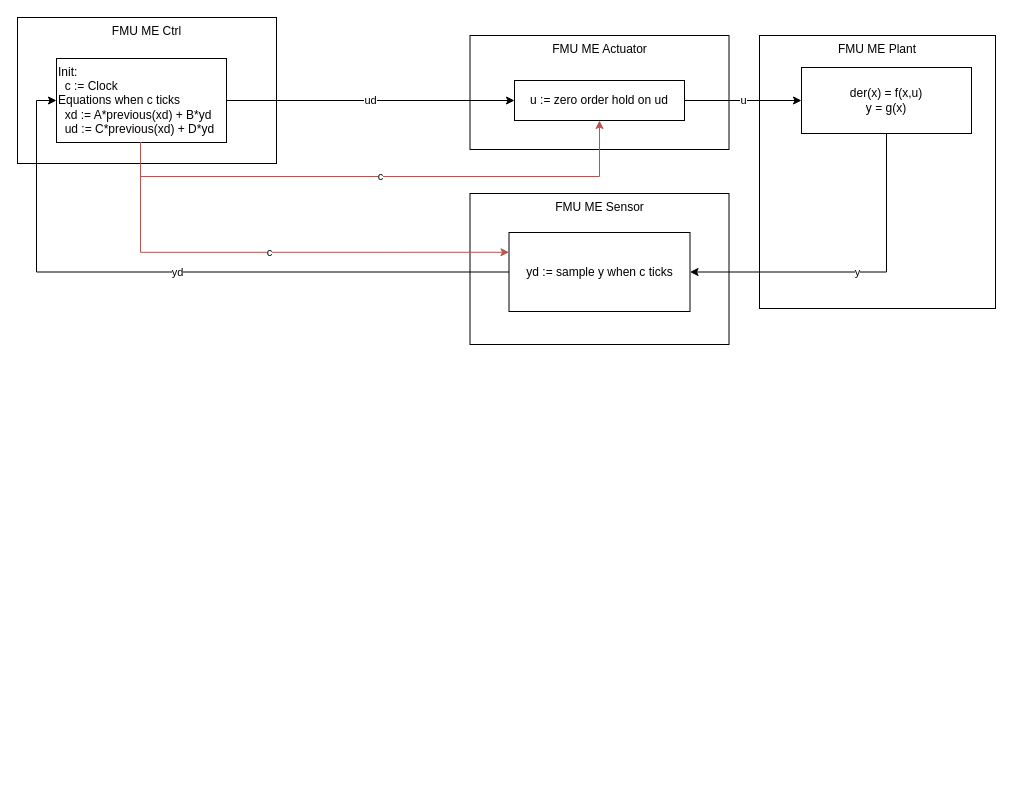
modelica/fmi-standard.org keeps this draw.io diagram as docs/3.0-dev/images/synchronous-clock-scenario-clocked.drawio. Above is the earlier version. Source tidied: cells renumbered, new cells numbered last; positions are measured from the earlier drawing's top-left corner, leaving out a move shared by most shapes. Both pictures are drawn from the tidied source at 100%, with x=0, y=0 at pixel (17, 17).
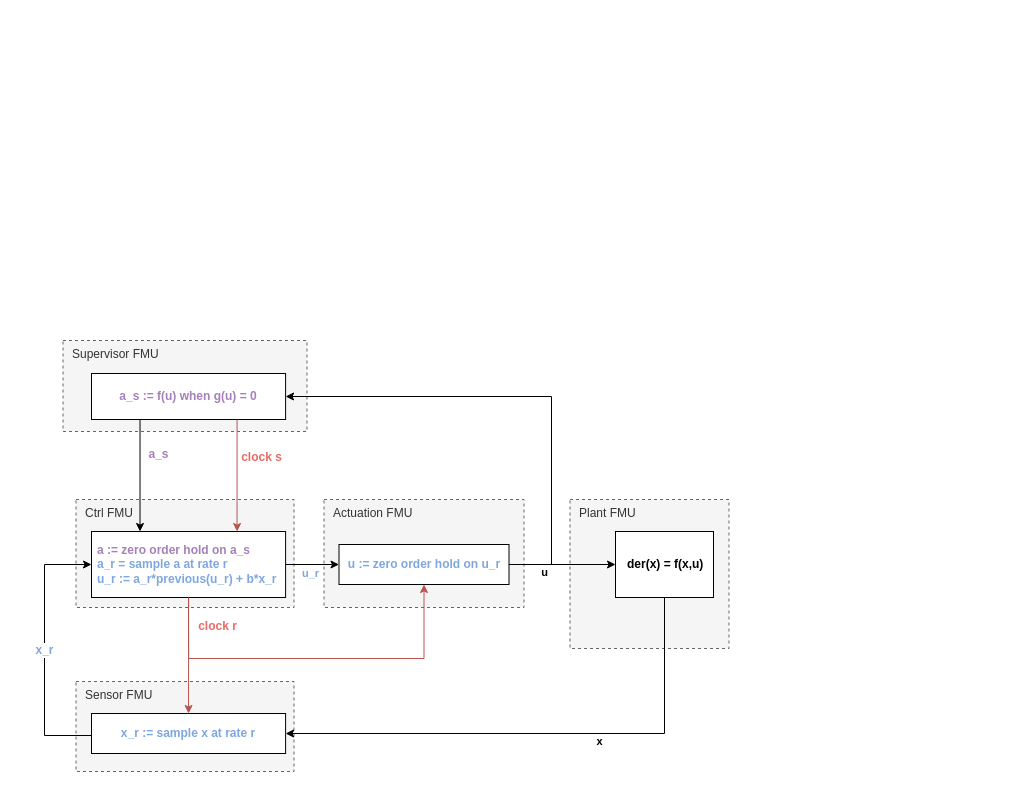
After the change.

Diff of the diagram source:
```diff
@@
-    <mxCell id="2" value="FMU ME Actuator" style="rounded=0;whiteSpace=wrap;html=1;verticalAlign=top;fillColor=none;" parent="1" vertex="1">
-      <mxGeometry x="452.5" y="18" width="259" height="114" as="geometry" />
-    </mxCell>
-    <mxCell id="3" value="FMU ME Sensor" style="rounded=0;whiteSpace=wrap;html=1;verticalAlign=top;fillColor=none;" parent="1" vertex="1">
-      <mxGeometry x="452.5" y="176" width="259" height="151" as="geometry" />
-    </mxCell>
-    <mxCell id="4" value="FMU ME Ctrl" style="rounded=0;whiteSpace=wrap;html=1;verticalAlign=top;fillColor=none;" parent="1" vertex="1">
-      <mxGeometry width="259" height="146" as="geometry" />
-    </mxCell>
-    <mxCell id="5" value="ud" style="edgeStyle=orthogonalEdgeStyle;rounded=0;jettySize=auto;html=1;" parent="1" edge="1" source="6" target="12">
-      <mxGeometry relative="1" as="geometry" />
-    </mxCell>
-    <mxCell id="6" value="&lt;span&gt;Init:&lt;/span&gt;&lt;br&gt;&lt;span&gt;&amp;nbsp; c := Clock&lt;br&gt;&lt;/span&gt;Equations when c ticks&lt;br&gt;&amp;nbsp; xd := A*previous(xd) + B*yd&lt;br&gt;&amp;nbsp; ud := C*previous(xd) + D*yd" style="rounded=0;whiteSpace=wrap;html=1;align=left;" parent="1" vertex="1">
-      <mxGeometry x="39" y="41" width="170" height="84" as="geometry" />
-    </mxCell>
-    <mxCell id="7" value="yd" style="edgeStyle=orthogonalEdgeStyle;rounded=0;jettySize=auto;html=1;entryX=0;entryY=0.5;entryDx=0;entryDy=0;exitX=0;exitY=0.5;exitDx=0;exitDy=0;" parent="1" edge="1" source="10" target="6">
-      <mxGeometry relative="1" as="geometry" />
-    </mxCell>
-    <mxCell id="8" value="c" style="edgeStyle=orthogonalEdgeStyle;rounded=0;jettySize=auto;html=1;entryX=0;entryY=0.25;entryDx=0;entryDy=0;fillColor=#f8cecc;strokeColor=#b85450;" parent="1" edge="1" source="6" target="10">
-      <mxGeometry relative="1" as="geometry">
-        <Array as="points">
-          <mxPoint x="123" y="235" />
-        </Array>
-      </mxGeometry>
-    </mxCell>
-    <mxCell id="9" value="c" style="edgeStyle=orthogonalEdgeStyle;rounded=0;jettySize=auto;html=1;exitX=0.5;exitY=1;exitDx=0;exitDy=0;fillColor=#f8cecc;strokeColor=#b85450;" parent="1" edge="1" source="6" target="12">
-      <mxGeometry relative="1" as="geometry">
-        <Array as="points">
-          <mxPoint x="123" y="159" />
-          <mxPoint x="582" y="159" />
-        </Array>
-      </mxGeometry>
-    </mxCell>
-    <mxCell id="10" value="yd := sample y when c ticks" style="rounded=0;whiteSpace=wrap;html=1;align=center;" parent="1" vertex="1">
-      <mxGeometry x="491.5" y="215" width="181" height="79" as="geometry" />
-    </mxCell>
+    <mxCell id="16" value="Sensor FMU" style="rounded=0;whiteSpace=wrap;html=1;verticalAlign=top;fillColor=#f5f5f5;dashed=1;strokeColor=#666666;fontColor=#333333;align=left;spacingLeft=7;" parent="1" vertex="1">
+      <mxGeometry x="58.5" y="664" width="218" height="90" as="geometry" />
+    </mxCell>
+    <mxCell id="17" value="Plant FMU" style="rounded=0;whiteSpace=wrap;html=1;verticalAlign=top;fillColor=#f5f5f5;dashed=1;strokeColor=#666666;fontColor=#333333;align=left;spacingLeft=7;" parent="1" vertex="1">
+      <mxGeometry x="552.5" y="482" width="159" height="149" as="geometry" />
+    </mxCell>
+    <mxCell id="18" value="Actuation FMU" style="rounded=0;whiteSpace=wrap;html=1;verticalAlign=top;fillColor=#f5f5f5;dashed=1;strokeColor=#666666;fontColor=#333333;align=left;spacingLeft=7;" parent="1" vertex="1">
+      <mxGeometry x="306.5" y="482" width="200" height="108" as="geometry" />
+    </mxCell>
+    <mxCell id="19" value="Ctrl FMU" style="rounded=0;whiteSpace=wrap;html=1;verticalAlign=top;fillColor=#f5f5f5;dashed=1;strokeColor=#666666;fontColor=#333333;align=left;spacingLeft=7;" parent="1" vertex="1">
+      <mxGeometry x="58.5" y="482" width="218" height="108" as="geometry" />
+    </mxCell>
+    <mxCell id="20" value="&lt;font color=&quot;#7ea6e0&quot;&gt;u_r&lt;/font&gt;" style="edgeStyle=orthogonalEdgeStyle;rounded=0;jettySize=auto;html=1;fontStyle=1;" parent="1" edge="1" source="21" target="24">
+      <mxGeometry x="-0.08" y="-9" relative="1" as="geometry" />
+    </mxCell>
+    <mxCell id="21" value="&lt;font color=&quot;#a680b8&quot;&gt;a := zero order hold on a_s&lt;/font&gt;&lt;br&gt;&lt;font color=&quot;#7ea6e0&quot;&gt;a_r = sample a at rate r&lt;br&gt;u_r := a_r*previous(u_r) + b*x_r&lt;/font&gt;" style="rounded=0;whiteSpace=wrap;html=1;align=left;spacingLeft=4;fontStyle=1;" parent="1" vertex="1">
+      <mxGeometry x="74" y="514" width="194.1" height="66" as="geometry" />
+    </mxCell>
+    <mxCell id="22" value="&lt;span style=&quot;font-size: 12px&quot;&gt;&lt;font color=&quot;#7ea6e0&quot;&gt;x_r&lt;/font&gt;&lt;/span&gt;" style="edgeStyle=orthogonalEdgeStyle;rounded=0;jettySize=auto;html=1;entryX=0;entryY=0.5;entryDx=0;entryDy=0;exitX=0;exitY=0.5;exitDx=0;exitDy=0;fontStyle=1;" parent="1" edge="1" source="23" target="21">
+      <mxGeometry relative="1" as="geometry">
+        <Array as="points">
+          <mxPoint x="74" y="718" />
+          <mxPoint x="27" y="718" />
+          <mxPoint x="27" y="547" />
+        </Array>
+      </mxGeometry>
+    </mxCell>
+    <mxCell id="23" value="&lt;font color=&quot;#7ea6e0&quot;&gt;x_r := sample x at rate r&lt;/font&gt;" style="rounded=0;whiteSpace=wrap;html=1;fontStyle=1;" parent="1" vertex="1">
+      <mxGeometry x="74" y="696" width="194.1" height="40" as="geometry" />
+    </mxCell>
-    <mxCell id="11" value="u" style="edgeStyle=orthogonalEdgeStyle;rounded=0;jettySize=auto;html=1;" parent="1" edge="1" source="12" target="14">
-      <mxGeometry relative="1" as="geometry" />
+    <mxCell id="11" value="u" style="edgeStyle=orthogonalEdgeStyle;rounded=0;jettySize=auto;html=1;fontStyle=1;" parent="1" edge="1" source="24" target="26">
+      <mxGeometry x="-0.35" y="-8" relative="1" as="geometry" />
     </mxCell>
-    <mxCell id="12" value="u := zero order hold on ud" style="rounded=0;whiteSpace=wrap;html=1;" parent="1" vertex="1">
-      <mxGeometry x="497" y="63" width="170" height="40" as="geometry" />
-    </mxCell>
-    <mxCell id="13" value="y" style="edgeStyle=orthogonalEdgeStyle;rounded=0;jettySize=auto;html=1;exitX=0.5;exitY=1;exitDx=0;exitDy=0;entryX=1;entryY=0.5;entryDx=0;entryDy=0;" parent="1" edge="1" source="14" target="10">
-      <mxGeometry relative="1" as="geometry" />
-    </mxCell>
-    <mxCell id="14" value="der(x) = f(x,u)&lt;br&gt;y = g(x)" style="rounded=0;whiteSpace=wrap;html=1;" parent="1" vertex="1">
-      <mxGeometry x="784" y="50" width="170" height="66" as="geometry" />
-    </mxCell>
-    <mxCell id="15" value="FMU ME Plant" style="rounded=0;whiteSpace=wrap;html=1;verticalAlign=top;fillColor=none;" parent="1" vertex="1">
-      <mxGeometry x="742" y="18" width="236" height="273" as="geometry" />
-    </mxCell>
+    <mxCell id="24" value="&lt;font color=&quot;#7ea6e0&quot;&gt;u := zero order hold on u_r&lt;/font&gt;" style="rounded=0;whiteSpace=wrap;html=1;fontStyle=1;" parent="1" vertex="1">
+      <mxGeometry x="321.5" y="527" width="170" height="40" as="geometry" />
+    </mxCell>
+    <mxCell id="25" value="x" style="edgeStyle=orthogonalEdgeStyle;rounded=0;jettySize=auto;html=1;exitX=0.5;exitY=1;exitDx=0;exitDy=0;entryX=1;entryY=0.5;entryDx=0;entryDy=0;fontStyle=1;" parent="1" edge="1" source="26" target="23">
+      <mxGeometry x="-0.22" y="8" relative="1" as="geometry" />
+    </mxCell>
+    <mxCell id="26" value="der(x) = f(x,u)" style="rounded=0;whiteSpace=wrap;html=1;align=left;spacingLeft=10;fontStyle=1;" parent="1" vertex="1">
+      <mxGeometry x="598" y="514" width="98" height="66" as="geometry" />
+    </mxCell>
+    <mxCell id="27" value="Supervisor FMU" style="rounded=0;whiteSpace=wrap;html=1;verticalAlign=top;fillColor=#f5f5f5;dashed=1;strokeColor=#666666;fontColor=#333333;align=left;spacingLeft=7;" parent="1" vertex="1">
+      <mxGeometry x="45.5" y="323" width="244" height="91" as="geometry" />
+    </mxCell>
+    <mxCell id="28" value="&lt;font color=&quot;#a680b8&quot;&gt;a_s := f(u) when g(u) = 0&lt;/font&gt;" style="rounded=0;whiteSpace=wrap;html=1;fontStyle=1;" parent="1" vertex="1">
+      <mxGeometry x="74" y="356" width="194.1" height="46" as="geometry" />
+    </mxCell>
+    <mxCell id="29" style="edgeStyle=orthogonalEdgeStyle;rounded=0;jettySize=auto;html=1;exitX=1;exitY=0.5;exitDx=0;exitDy=0;entryX=1;entryY=0.5;entryDx=0;entryDy=0;fontStyle=1;" parent="1" edge="1" source="24" target="28">
+      <mxGeometry relative="1" as="geometry">
+        <Array as="points">
+          <mxPoint x="534" y="547" />
+          <mxPoint x="534" y="379" />
+        </Array>
+      </mxGeometry>
+    </mxCell>
+    <mxCell id="30" value="&lt;span style=&quot;font-size: 12px&quot;&gt;&lt;font color=&quot;#a680b8&quot;&gt;a_s&lt;/font&gt;&lt;/span&gt;" style="edgeStyle=orthogonalEdgeStyle;rounded=0;jettySize=auto;html=1;exitX=0.25;exitY=1;exitDx=0;exitDy=0;fontStyle=1;entryX=0.25;entryY=0;entryDx=0;entryDy=0;" parent="1" edge="1" source="28" target="21">
+      <mxGeometry x="-0.38" y="18" relative="1" as="geometry" />
+    </mxCell>
+    <mxCell id="31" value="&lt;span style=&quot;font-size: 12px&quot;&gt;&lt;font color=&quot;#ea6b66&quot;&gt;clock s&lt;/font&gt;&lt;/span&gt;" style="edgeStyle=orthogonalEdgeStyle;rounded=0;jettySize=auto;html=1;exitX=0.75;exitY=1;exitDx=0;exitDy=0;fontStyle=1;entryX=0.75;entryY=0;entryDx=0;entryDy=0;fillColor=#f8cecc;strokeColor=#b85450;" parent="1" edge="1" source="28" target="21">
+      <mxGeometry x="-0.32" y="24" relative="1" as="geometry" />
+    </mxCell>
+    <mxCell id="32" value="&lt;span style=&quot;font-size: 12px&quot;&gt;&lt;font color=&quot;#ea6b66&quot;&gt;clock r&lt;/font&gt;&lt;/span&gt;" style="edgeStyle=orthogonalEdgeStyle;rounded=0;jettySize=auto;html=1;exitX=0.5;exitY=1;exitDx=0;exitDy=0;fontStyle=1;entryX=0.5;entryY=0;entryDx=0;entryDy=0;fillColor=#f8cecc;strokeColor=#b85450;" parent="1" edge="1" source="21" target="23">
+      <mxGeometry x="-0.5" y="29" relative="1" as="geometry" />
+    </mxCell>
+    <mxCell id="33" style="edgeStyle=orthogonalEdgeStyle;rounded=0;jettySize=auto;html=1;exitX=0.5;exitY=1;exitDx=0;exitDy=0;fontStyle=1;entryX=0.5;entryY=1;entryDx=0;entryDy=0;fillColor=#f8cecc;strokeColor=#b85450;" parent="1" edge="1" source="21" target="24">
+      <mxGeometry x="-0.32" y="24" relative="1" as="geometry">
+        <Array as="points">
+          <mxPoint x="171" y="641" />
+          <mxPoint x="407" y="641" />
+        </Array>
+      </mxGeometry>
+    </mxCell>
```
